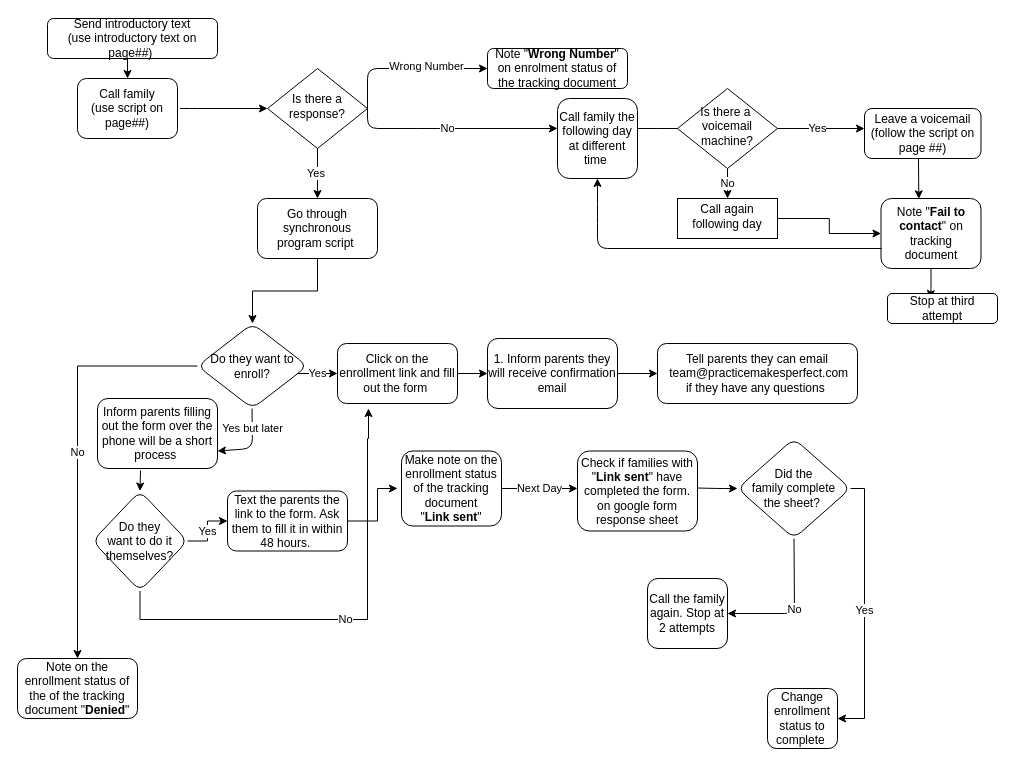
MatzKing/share-course keeps this draw.io diagram as Outreach Caller Diagram.drawio. Above is the earlier version. Source tidied: cells renumbered, new cells numbered last; positions are measured from the earlier drawing's top-left corner, leaving out a move shared by most shapes. Both pictures are drawn from the tidied source at 100%, with x=0, y=0 at pixel (17, 18).
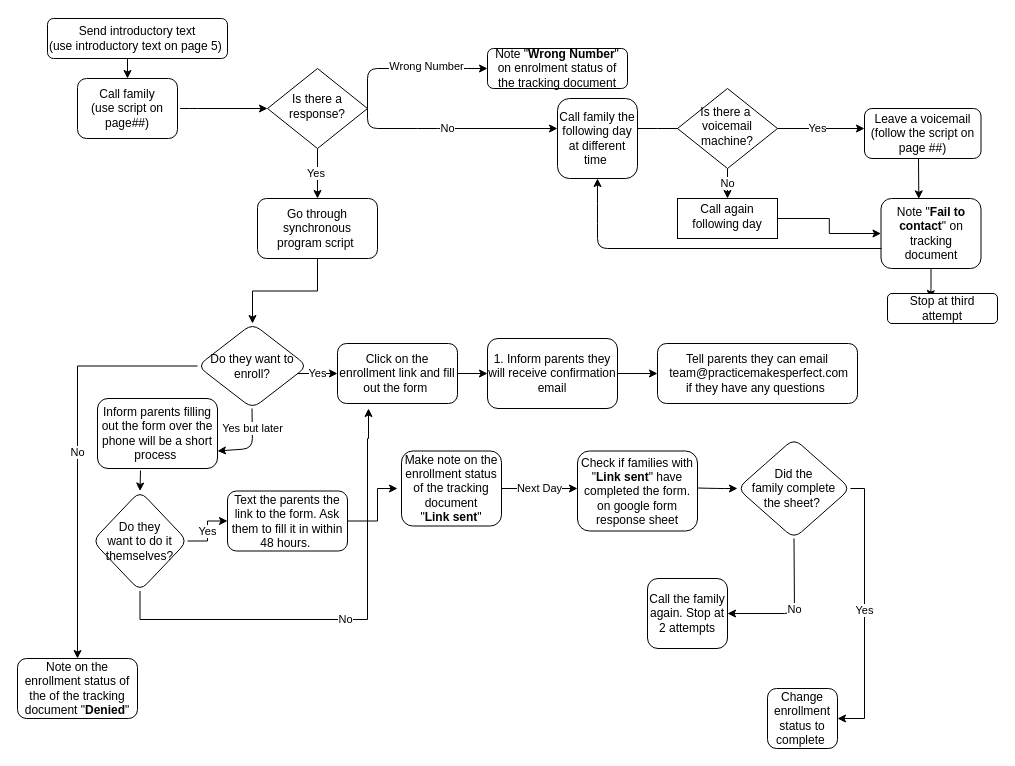
The same diagram, later.

Diff of the diagram source:
```diff
@@
-    <mxCell id="33" value="Send introductory text&lt;br&gt;(use introductory text on page##)&amp;nbsp;" style="rounded=1;whiteSpace=wrap;html=1;" parent="1" vertex="1">
-      <mxGeometry x="30" width="170" height="40" as="geometry" />
+    <mxCell id="33" value="Send introductory text&lt;br&gt;(use introductory text on page 5)&amp;nbsp;" style="rounded=1;whiteSpace=wrap;html=1;" parent="1" vertex="1">
+      <mxGeometry x="30" width="180" height="40" as="geometry" />
     </mxCell>
```
